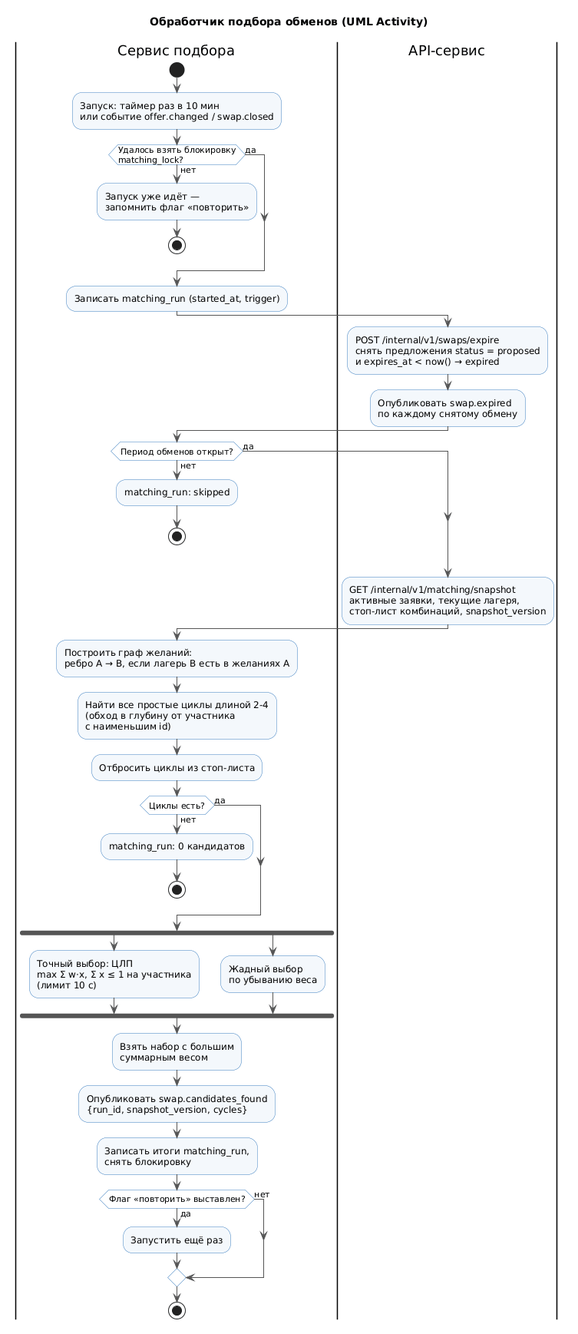
Earlier version of the PlantUML export docs/diagrams/matching-activity.png (MatiarRKh/camp-exchange-api). The source it was exported from:
```plantuml
@startuml matching-activity
title Обработчик подбора обменов (UML Activity)
skinparam defaultFontName "Segoe UI"
skinparam shadowing false
skinparam activity {
  BackgroundColor #F4F8FC
  BorderColor #3C7FC0
  DiamondBackgroundColor #FFFFFF
  ArrowColor #555555
}

|Сервис подбора|
start
:Запуск: таймер раз в 10 мин\nили событие offer.changed / swap.closed;
if (Удалось взять блокировку\nmatching_lock?) then (нет)
  :Запуск уже идёт —\nзапомнить флаг «повторить»;
  stop
else (да)
endif
:Записать matching_run (started_at, trigger);
|API-сервис|
:POST /internal/v1/swaps/expire\nснять предложения status = proposed\nи expires_at < now() → expired;
:Опубликовать swap.expired\nпо каждому снятому обмену;
|Сервис подбора|
if (Период обменов открыт?) then (нет)
  :matching_run: skipped;
  stop
else (да)
endif
|API-сервис|
:GET /internal/v1/matching/snapshot\nактивные заявки, текущие лагеря,\nстоп-лист комбинаций, snapshot_version;
|Сервис подбора|
:Построить граф желаний:\nребро A → B, если лагерь B есть в желаниях A;
:Найти все простые циклы длиной 2-4\n(обход в глубину от участника\nс наименьшим id);
:Отбросить циклы из стоп-листа;
if (Циклы есть?) then (нет)
  :matching_run: 0 кандидатов;
  stop
else (да)
endif
fork
  :Точный выбор: ЦЛП\nmax Σ w·x, Σ x ≤ 1 на участника\n(лимит 10 с);
fork again
  :Жадный выбор\nпо убыванию веса;
end fork
:Взять набор с большим\nсуммарным весом;
:Опубликовать swap.candidates_found\n{run_id, snapshot_version, cycles};
:Записать итоги matching_run,\nснять блокировку;
if (Флаг «повторить» выставлен?) then (да)
  :Запустить ещё раз;
else (нет)
endif
stop
@enduml
```
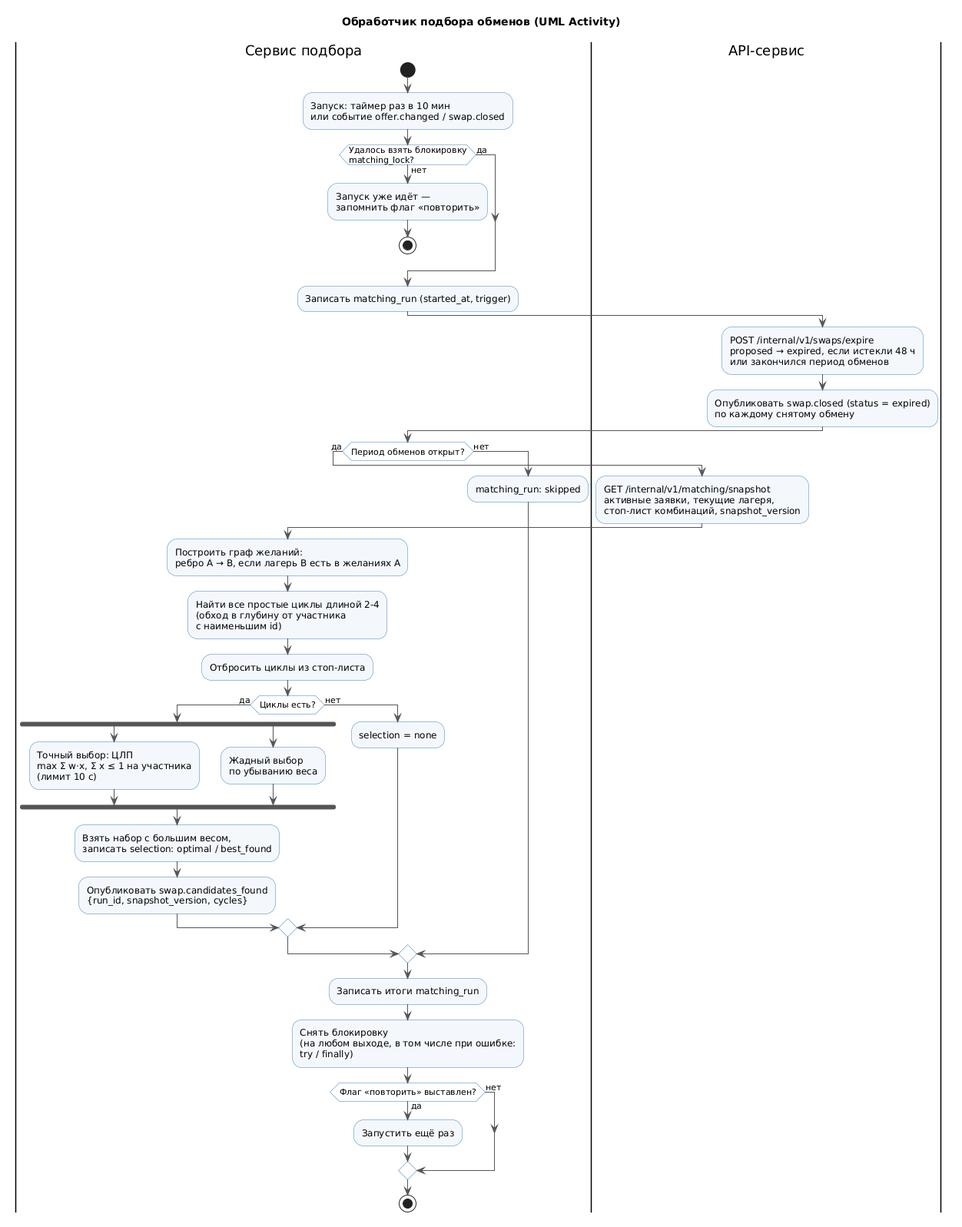
After the commit.

What changed in the source:
```diff
@@ -19,33 +19,32 @@
 endif
 :Записать matching_run (started_at, trigger);
 |API-сервис|
-:POST /internal/v1/swaps/expire\nснять предложения status = proposed\nи expires_at < now() → expired;
-:Опубликовать swap.expired\nпо каждому снятому обмену;
+:POST /internal/v1/swaps/expire\nproposed → expired, если истекли 48 ч\nили закончился период обменов;
+:Опубликовать swap.closed (status = expired)\nпо каждому снятому обмену;
 |Сервис подбора|
-if (Период обменов открыт?) then (нет)
+if (Период обменов открыт?) then (да)
+  |API-сервис|
+  :GET /internal/v1/matching/snapshot\nактивные заявки, текущие лагеря,\nстоп-лист комбинаций, snapshot_version;
+  |Сервис подбора|
+  :Построить граф желаний:\nребро A → B, если лагерь B есть в желаниях A;
+  :Найти все простые циклы длиной 2-4\n(обход в глубину от участника\nс наименьшим id);
+  :Отбросить циклы из стоп-листа;
+  if (Циклы есть?) then (да)
+    fork
+      :Точный выбор: ЦЛП\nmax Σ w·x, Σ x ≤ 1 на участника\n(лимит 10 с);
+    fork again
+      :Жадный выбор\nпо убыванию веса;
+    end fork
+    :Взять набор с большим весом,\nзаписать selection: optimal / best_found;
+    :Опубликовать swap.candidates_found\n{run_id, snapshot_version, cycles};
+  else (нет)
+    :selection = none;
+  endif
+else (нет)
   :matching_run: skipped;
-  stop
-else (да)
 endif
-|API-сервис|
-:GET /internal/v1/matching/snapshot\nактивные заявки, текущие лагеря,\nстоп-лист комбинаций, snapshot_version;
-|Сервис подбора|
-:Построить граф желаний:\nребро A → B, если лагерь B есть в желаниях A;
-:Найти все простые циклы длиной 2-4\n(обход в глубину от участника\nс наименьшим id);
-:Отбросить циклы из стоп-листа;
-if (Циклы есть?) then (нет)
-  :matching_run: 0 кандидатов;
-  stop
-else (да)
-endif
-fork
-  :Точный выбор: ЦЛП\nmax Σ w·x, Σ x ≤ 1 на участника\n(лимит 10 с);
-fork again
-  :Жадный выбор\nпо убыванию веса;
-end fork
-:Взять набор с большим\nсуммарным весом;
-:Опубликовать swap.candidates_found\n{run_id, snapshot_version, cycles};
-:Записать итоги matching_run,\nснять блокировку;
+:Записать итоги matching_run;
+:Снять блокировку\n(на любом выходе, в том числе при ошибке:\ntry / finally);
 if (Флаг «повторить» выставлен?) then (да)
   :Запустить ещё раз;
 else (нет)
```
